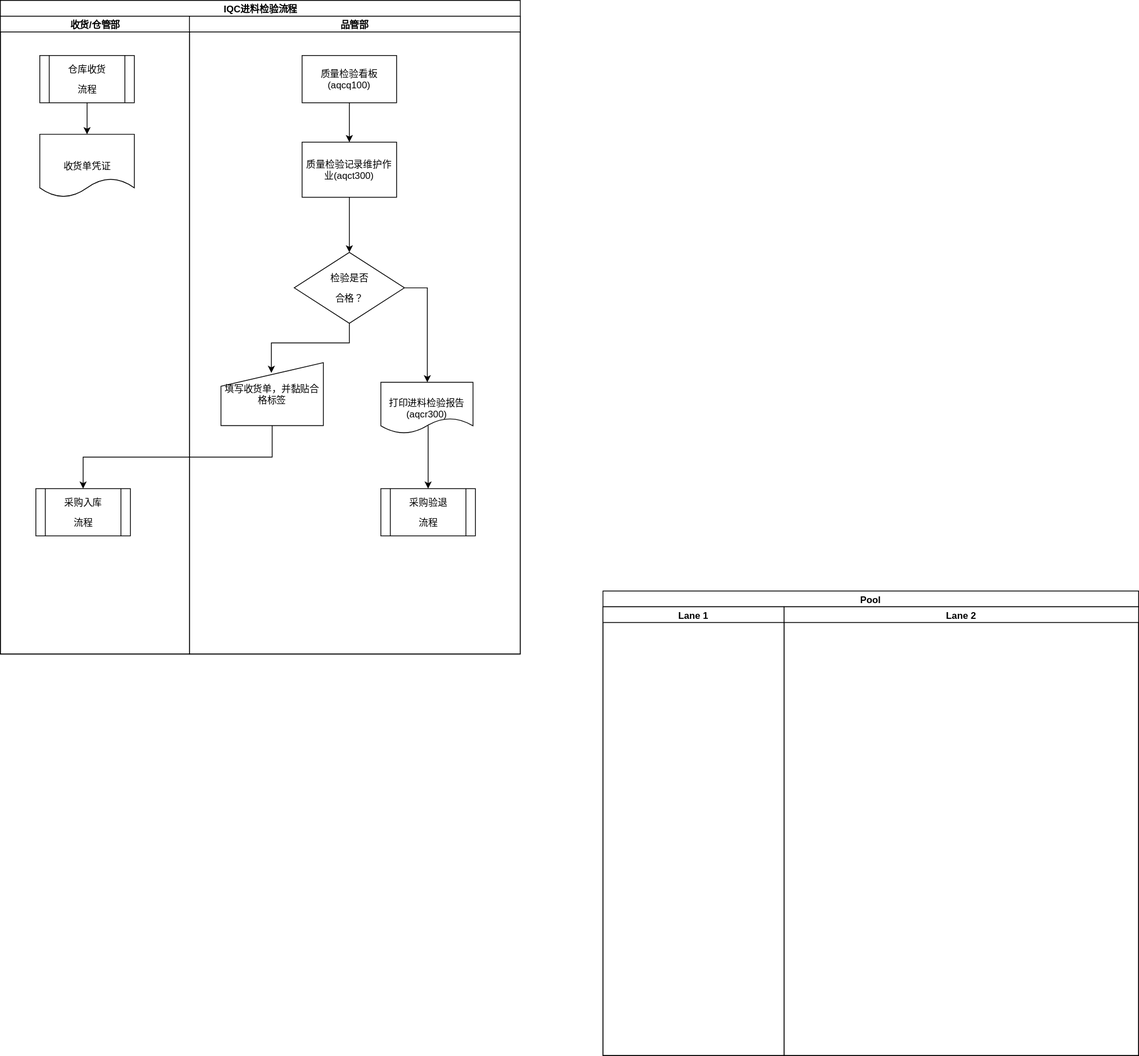
Before: ver01/AQC002.svg, a diagram exported from draw.io (ft2017/sop). Source tidied: cells renumbered, new cells last; positions are measured from the earlier drawing's top-left corner, leaving out a move shared by most shapes. Source of this version:
```xml
<mxGraphModel background="#ffffff">
  <root>
    <mxCell id="0" />
    <mxCell id="1" parent="0" />
    <mxCell id="2" value="&lt;b&gt;&lt;span lang=&quot;EN-US&quot;&gt;IQC&lt;/span&gt;&lt;span&gt;进料检验流程&lt;/span&gt;&lt;/b&gt;" style="swimlane;html=1;startSize=20;align=center;" parent="1" vertex="1">
      <mxGeometry width="660" height="830" as="geometry" />
    </mxCell>
    <mxCell id="3" value="&lt;b&gt;&lt;span&gt;收货&lt;/span&gt;&lt;span lang=&quot;EN-US&quot;&gt;/&lt;/span&gt;&lt;span&gt;仓管部&lt;/span&gt;&lt;/b&gt;" style="swimlane;html=1;startSize=20;" parent="2" vertex="1">
      <mxGeometry y="20" width="240" height="810" as="geometry" />
    </mxCell>
    <mxCell id="4" style="edgeStyle=orthogonalEdgeStyle;rounded=0;html=1;exitX=0.5;exitY=1;entryX=0.5;entryY=0;jettySize=auto;" parent="3" edge="1" source="5" target="6">
      <mxGeometry relative="1" as="geometry" />
    </mxCell>
    <mxCell id="5" value="&lt;p align=&quot;center&quot;&gt;&lt;span&gt;仓库收货&lt;/span&gt;&lt;/p&gt;&lt;p align=&quot;center&quot;&gt;&lt;span&gt;流程&lt;/span&gt;&lt;/p&gt;" style="shape=process;whiteSpace=wrap;html=1;align=center;" parent="3" vertex="1">
      <mxGeometry x="50" y="50" width="120" height="60" as="geometry" />
    </mxCell>
    <mxCell id="6" value="&lt;p align=&quot;center&quot;&gt;&lt;span&gt;收货单凭证&lt;/span&gt;&lt;/p&gt;" style="shape=document;whiteSpace=wrap;html=1;align=center;" parent="3" vertex="1">
      <mxGeometry x="50" y="150" width="120" height="80" as="geometry" />
    </mxCell>
    <mxCell id="7" value="&lt;p align=&quot;center&quot;&gt;&lt;span&gt;采购入库&lt;/span&gt;&lt;/p&gt;&lt;p align=&quot;center&quot;&gt;&lt;span&gt;流程&lt;/span&gt;&lt;/p&gt;" style="shape=process;whiteSpace=wrap;html=1;align=center;" parent="3" vertex="1">
      <mxGeometry x="45" y="600" width="120" height="60" as="geometry" />
    </mxCell>
    <mxCell id="8" value="&lt;b&gt;&lt;span&gt;品管部&lt;/span&gt;&lt;/b&gt;" style="swimlane;html=1;startSize=20;" parent="2" vertex="1">
      <mxGeometry x="240" y="20" width="420" height="810" as="geometry" />
    </mxCell>
    <mxCell id="9" style="edgeStyle=orthogonalEdgeStyle;rounded=0;html=1;exitX=0.5;exitY=1;jettySize=auto;" parent="8" edge="1" source="10" target="12">
      <mxGeometry relative="1" as="geometry" />
    </mxCell>
    <mxCell id="10" value="&lt;p align=&quot;center&quot;&gt;&lt;span&gt;质量检验看板&lt;/span&gt;&lt;span lang=&quot;EN-US&quot;&gt;(aqcq100)&lt;/span&gt;&lt;/p&gt;" style="whiteSpace=wrap;html=1;align=center;" parent="8" vertex="1">
      <mxGeometry x="143" y="50" width="120" height="60" as="geometry" />
    </mxCell>
    <mxCell id="11" style="edgeStyle=orthogonalEdgeStyle;rounded=0;html=1;exitX=0.5;exitY=1;entryX=0.5;entryY=0;jettySize=auto;" parent="8" edge="1" source="12" target="15">
      <mxGeometry relative="1" as="geometry" />
    </mxCell>
    <mxCell id="12" value="&lt;p align=&quot;center&quot;&gt;&lt;span&gt;质量检验记录维护作业&lt;/span&gt;&lt;span lang=&quot;EN-US&quot;&gt;(aqct300)&lt;/span&gt;&lt;/p&gt;" style="whiteSpace=wrap;html=1;align=center;" parent="8" vertex="1">
      <mxGeometry x="143" y="160" width="120" height="70" as="geometry" />
    </mxCell>
    <mxCell id="13" style="edgeStyle=orthogonalEdgeStyle;rounded=0;html=1;exitX=1;exitY=0.5;entryX=0.5;entryY=0;jettySize=auto;" parent="8" edge="1" source="15" target="17">
      <mxGeometry relative="1" as="geometry" />
    </mxCell>
    <mxCell id="14" style="edgeStyle=orthogonalEdgeStyle;rounded=0;html=1;exitX=0.5;exitY=1;entryX=0.492;entryY=0.163;entryPerimeter=0;jettySize=auto;" parent="8" edge="1" source="15" target="16">
      <mxGeometry relative="1" as="geometry" />
    </mxCell>
    <mxCell id="15" value="&lt;p align=&quot;center&quot;&gt;&lt;span&gt;检验是否&lt;/span&gt;&lt;/p&gt;&lt;p align=&quot;center&quot;&gt;&lt;span&gt;合格？&lt;/span&gt;&lt;/p&gt;" style="rhombus;whiteSpace=wrap;html=1;align=center;" parent="8" vertex="1">
      <mxGeometry x="133" y="300" width="140" height="90" as="geometry" />
    </mxCell>
    <mxCell id="16" value="&lt;p align=&quot;center&quot;&gt;&lt;span&gt;填写收货单，并黏贴合格标签&lt;/span&gt;&lt;/p&gt;" style="shape=manualInput;whiteSpace=wrap;html=1;align=center;" parent="8" vertex="1">
      <mxGeometry x="40" y="440" width="130" height="80" as="geometry" />
    </mxCell>
    <mxCell id="17" value="&lt;p align=&quot;center&quot;&gt;&lt;span&gt;打印进料检验报告&lt;/span&gt;&lt;span lang=&quot;EN-US&quot;&gt;(aqcr300)&lt;/span&gt;&lt;/p&gt;" style="shape=document;whiteSpace=wrap;html=1;align=center;" parent="8" vertex="1">
      <mxGeometry x="243" y="465" width="117" height="65" as="geometry" />
    </mxCell>
    <mxCell id="18" style="edgeStyle=orthogonalEdgeStyle;rounded=0;html=1;exitX=0.513;exitY=0.846;entryX=0.5;entryY=0;jettySize=auto;exitPerimeter=0;" parent="8" edge="1" source="17" target="19">
      <mxGeometry relative="1" as="geometry" />
    </mxCell>
    <mxCell id="19" value="&lt;p align=&quot;center&quot;&gt;&lt;span&gt;采购验退&lt;/span&gt;&lt;/p&gt;&lt;p align=&quot;center&quot;&gt;&lt;span&gt;流程&lt;/span&gt;&lt;/p&gt;" style="shape=process;whiteSpace=wrap;html=1;align=center;" parent="8" vertex="1">
      <mxGeometry x="243" y="600" width="120" height="60" as="geometry" />
    </mxCell>
    <mxCell id="20" style="edgeStyle=orthogonalEdgeStyle;rounded=0;html=1;exitX=0.5;exitY=1;entryX=0.5;entryY=0;jettySize=auto;" parent="2" edge="1" source="16" target="7">
      <mxGeometry relative="1" as="geometry" />
    </mxCell>
    <mxCell id="21" value="Pool" style="swimlane;html=1;startSize=20;align=center;" parent="1" vertex="1">
      <mxGeometry x="765" y="750" width="680" height="590" as="geometry" />
    </mxCell>
    <mxCell id="22" value="Lane 1" style="swimlane;html=1;startSize=20;" parent="21" vertex="1">
      <mxGeometry y="20" width="230" height="570" as="geometry" />
    </mxCell>
    <mxCell id="23" value="Lane 2" style="swimlane;html=1;startSize=20;" parent="21" vertex="1">
      <mxGeometry x="230" y="20" width="450" height="570" as="geometry" />
    </mxCell>
  </root>
</mxGraphModel>
```
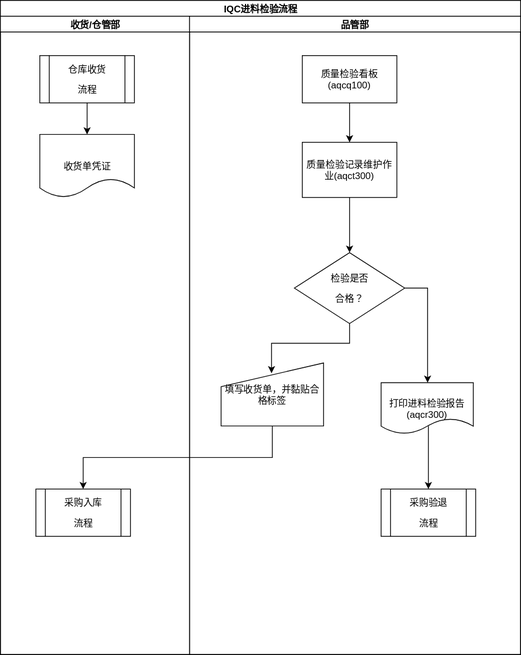
The same diagram one commit later.

Commit message:
郑小引修改一组

What changed in the source:
```diff
@@ -59,14 +59,5 @@
     <mxCell id="20" style="edgeStyle=orthogonalEdgeStyle;rounded=0;html=1;exitX=0.5;exitY=1;entryX=0.5;entryY=0;jettySize=auto;" parent="2" edge="1" source="16" target="7">
       <mxGeometry relative="1" as="geometry" />
     </mxCell>
-    <mxCell id="21" value="Pool" style="swimlane;html=1;startSize=20;align=center;" parent="1" vertex="1">
-      <mxGeometry x="765" y="750" width="680" height="590" as="geometry" />
-    </mxCell>
-    <mxCell id="22" value="Lane 1" style="swimlane;html=1;startSize=20;" parent="21" vertex="1">
-      <mxGeometry y="20" width="230" height="570" as="geometry" />
-    </mxCell>
-    <mxCell id="23" value="Lane 2" style="swimlane;html=1;startSize=20;" parent="21" vertex="1">
-      <mxGeometry x="230" y="20" width="450" height="570" as="geometry" />
-    </mxCell>
   </root>
 </mxGraphModel>
```
